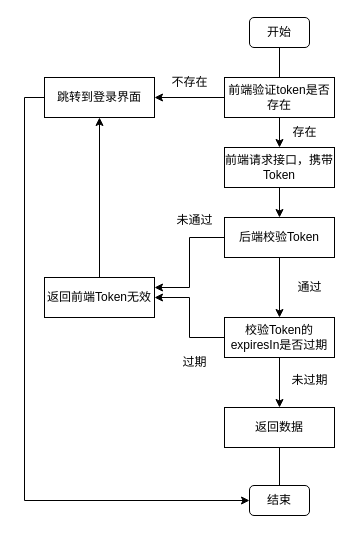
yuxinyu12345/diagrams keeps this draw.io diagram as 第四章/后续登录流程图.drawio. Above is the earlier version. Source tidied: cells renumbered, new cells numbered last; positions are measured from the earlier drawing's top-left corner, leaving out a move shared by most shapes. Both pictures are drawn from the tidied source at 100%, with x=0, y=0 at pixel (44, 17).
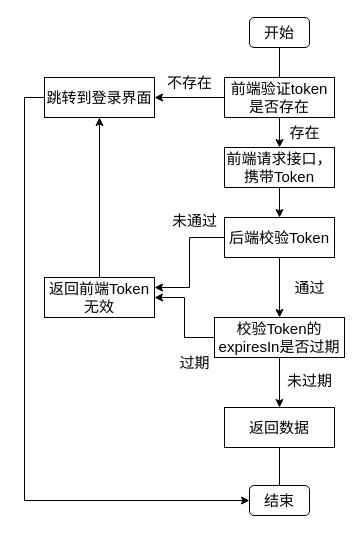
After the change.

Commit message (it also covers changes not shown here):
更新后续登录流程图.drawio

The edit, as a diff of the source:
```diff
@@
-    <mxCell id="2" style="edgeStyle=orthogonalEdgeStyle;rounded=0;jettySize=auto;html=1;exitX=0.5;exitY=1;exitDx=0;exitDy=0;endArrow=none;endFill=0;entryX=0.5;entryY=0;entryDx=0;entryDy=0;" parent="1" edge="1" source="3" target="13">
+    <mxCell id="2" style="edgeStyle=orthogonalEdgeStyle;rounded=0;jettySize=auto;html=1;exitX=0.5;exitY=1;exitDx=0;exitDy=0;endArrow=none;endFill=0;entryX=0.5;entryY=0;entryDx=0;entryDy=0;fontSize=15;" parent="1" edge="1" source="3" target="13">
       <mxGeometry relative="1" as="geometry" />
     </mxCell>
-    <mxCell id="3" value="开始" style="rounded=1;whiteSpace=wrap;html=1;" parent="1" vertex="1">
+    <mxCell id="3" value="开始" style="rounded=1;whiteSpace=wrap;html=1;fontSize=15;" parent="1" vertex="1">
       <mxGeometry x="205" width="60" height="30" as="geometry" />
     </mxCell>
-    <mxCell id="4" style="edgeStyle=orthogonalEdgeStyle;rounded=0;jettySize=auto;html=1;" parent="1" edge="1" source="5" target="8">
+    <mxCell id="4" style="edgeStyle=orthogonalEdgeStyle;rounded=0;jettySize=auto;html=1;fontSize=15;" parent="1" edge="1" source="5" target="8">
       <mxGeometry relative="1" as="geometry" />
     </mxCell>
-    <mxCell id="5" value="前端请求接口，携带Token" style="rounded=0;whiteSpace=wrap;html=1;" parent="1" vertex="1">
+    <mxCell id="5" value="前端请求接口，携带Token" style="rounded=0;whiteSpace=wrap;html=1;fontSize=15;" parent="1" vertex="1">
       <mxGeometry x="180" y="130" width="110" height="40" as="geometry" />
     </mxCell>
-    <mxCell id="6" style="edgeStyle=orthogonalEdgeStyle;rounded=0;jettySize=auto;html=1;" parent="1" edge="1" source="8" target="18">
+    <mxCell id="6" style="edgeStyle=orthogonalEdgeStyle;rounded=0;jettySize=auto;html=1;fontSize=15;" parent="1" edge="1" source="8" target="18">
       <mxGeometry relative="1" as="geometry" />
     </mxCell>
-    <mxCell id="7" style="edgeStyle=orthogonalEdgeStyle;rounded=0;jettySize=auto;html=1;exitX=0;exitY=0.5;exitDx=0;exitDy=0;entryX=1;entryY=0.25;entryDx=0;entryDy=0;" parent="1" edge="1" source="8" target="10">
+    <mxCell id="7" style="edgeStyle=orthogonalEdgeStyle;rounded=0;jettySize=auto;html=1;exitX=0;exitY=0.5;exitDx=0;exitDy=0;entryX=1;entryY=0.25;entryDx=0;entryDy=0;fontSize=15;" parent="1" edge="1" source="8" target="10">
       <mxGeometry relative="1" as="geometry" />
     </mxCell>
-    <mxCell id="8" value="后端校验Token" style="rounded=0;whiteSpace=wrap;html=1;" parent="1" vertex="1">
+    <mxCell id="8" value="后端校验Token" style="rounded=0;whiteSpace=wrap;html=1;fontSize=15;" parent="1" vertex="1">
       <mxGeometry x="180" y="200" width="110" height="40" as="geometry" />
     </mxCell>
-    <mxCell id="9" style="edgeStyle=orthogonalEdgeStyle;rounded=0;jettySize=auto;html=1;exitX=0.5;exitY=0;exitDx=0;exitDy=0;" parent="1" edge="1" source="10" target="15">
+    <mxCell id="9" style="edgeStyle=orthogonalEdgeStyle;rounded=0;jettySize=auto;html=1;exitX=0.5;exitY=0;exitDx=0;exitDy=0;fontSize=15;" parent="1" edge="1" source="10" target="15">
       <mxGeometry relative="1" as="geometry" />
     </mxCell>
-    <mxCell id="10" value="返回前端Token无效" style="rounded=0;whiteSpace=wrap;html=1;" parent="1" vertex="1">
+    <mxCell id="10" value="返回前端Token无效" style="rounded=0;whiteSpace=wrap;html=1;fontSize=15;" parent="1" vertex="1">
       <mxGeometry y="260" width="110" height="40" as="geometry" />
     </mxCell>
-    <mxCell id="11" style="edgeStyle=orthogonalEdgeStyle;rounded=0;jettySize=auto;html=1;exitX=0.5;exitY=1;exitDx=0;exitDy=0;" parent="1" edge="1" source="13" target="5">
+    <mxCell id="11" style="edgeStyle=orthogonalEdgeStyle;rounded=0;jettySize=auto;html=1;exitX=0.5;exitY=1;exitDx=0;exitDy=0;fontSize=15;" parent="1" edge="1" source="13" target="5">
       <mxGeometry relative="1" as="geometry" />
     </mxCell>
-    <mxCell id="12" style="edgeStyle=orthogonalEdgeStyle;rounded=0;jettySize=auto;html=1;" parent="1" edge="1" source="13" target="15">
+    <mxCell id="12" style="edgeStyle=orthogonalEdgeStyle;rounded=0;jettySize=auto;html=1;fontSize=15;" parent="1" edge="1" source="13" target="15">
       <mxGeometry relative="1" as="geometry" />
     </mxCell>
-    <mxCell id="13" value="前端验证token是否存在" style="rounded=0;whiteSpace=wrap;html=1;" parent="1" vertex="1">
+    <mxCell id="13" value="前端验证token是否存在" style="rounded=0;whiteSpace=wrap;html=1;fontSize=15;" parent="1" vertex="1">
       <mxGeometry x="180" y="60" width="110" height="40" as="geometry" />
     </mxCell>
-    <mxCell id="14" style="edgeStyle=orthogonalEdgeStyle;rounded=0;jettySize=auto;html=1;exitX=0;exitY=0.5;exitDx=0;exitDy=0;entryX=0;entryY=0.5;entryDx=0;entryDy=0;" parent="1" edge="1" source="15" target="21">
+    <mxCell id="14" style="edgeStyle=orthogonalEdgeStyle;rounded=0;jettySize=auto;html=1;exitX=0;exitY=0.5;exitDx=0;exitDy=0;entryX=0;entryY=0.5;entryDx=0;entryDy=0;fontSize=15;" parent="1" edge="1" source="15" target="21">
       <mxGeometry relative="1" as="geometry" />
     </mxCell>
-    <mxCell id="15" value="跳转到登录界面" style="rounded=0;whiteSpace=wrap;html=1;" parent="1" vertex="1">
+    <mxCell id="15" value="跳转到登录界面" style="rounded=0;whiteSpace=wrap;html=1;fontSize=15;" parent="1" vertex="1">
       <mxGeometry y="60" width="110" height="40" as="geometry" />
     </mxCell>
-    <mxCell id="16" style="edgeStyle=orthogonalEdgeStyle;rounded=0;jettySize=auto;html=1;exitX=0;exitY=0.5;exitDx=0;exitDy=0;entryX=1;entryY=0.5;entryDx=0;entryDy=0;" parent="1" edge="1" source="18" target="10">
+    <mxCell id="16" style="edgeStyle=orthogonalEdgeStyle;rounded=0;jettySize=auto;html=1;exitX=0;exitY=0.5;exitDx=0;exitDy=0;entryX=1;entryY=0.5;entryDx=0;entryDy=0;fontSize=15;" parent="1" edge="1" source="18" target="10">
       <mxGeometry relative="1" as="geometry" />
     </mxCell>
-    <mxCell id="17" style="edgeStyle=orthogonalEdgeStyle;rounded=0;jettySize=auto;html=1;" parent="1" edge="1" source="18" target="20">
+    <mxCell id="17" style="edgeStyle=orthogonalEdgeStyle;rounded=0;jettySize=auto;html=1;fontSize=15;" parent="1" edge="1" source="18" target="20">
       <mxGeometry relative="1" as="geometry" />
     </mxCell>
-    <mxCell id="18" value="校验Token的expiresIn是否过期" style="rounded=0;whiteSpace=wrap;html=1;" parent="1" vertex="1">
-      <mxGeometry x="180" y="300" width="110" height="40" as="geometry" />
+    <mxCell id="18" value="校验Token的expiresIn是否过期" style="rounded=0;whiteSpace=wrap;html=1;fontSize=15;" parent="1" vertex="1">
+      <mxGeometry x="170" y="300" width="130" height="40" as="geometry" />
     </mxCell>
-    <mxCell id="19" style="edgeStyle=orthogonalEdgeStyle;rounded=0;jettySize=auto;html=1;endArrow=none;endFill=0;entryX=0.5;entryY=0;entryDx=0;entryDy=0;" parent="1" edge="1" source="20" target="21">
+    <mxCell id="19" style="edgeStyle=orthogonalEdgeStyle;rounded=0;jettySize=auto;html=1;endArrow=none;endFill=0;entryX=0.5;entryY=0;entryDx=0;entryDy=0;fontSize=15;" parent="1" edge="1" source="20" target="21">
       <mxGeometry relative="1" as="geometry" />
     </mxCell>
-    <mxCell id="20" value="返回数据" style="rounded=0;whiteSpace=wrap;html=1;" parent="1" vertex="1">
+    <mxCell id="20" value="返回数据" style="rounded=0;whiteSpace=wrap;html=1;fontSize=15;" parent="1" vertex="1">
       <mxGeometry x="180" y="390" width="110" height="40" as="geometry" />
     </mxCell>
-    <mxCell id="21" value="结束" style="rounded=1;whiteSpace=wrap;html=1;" parent="1" vertex="1">
+    <mxCell id="21" value="结束" style="rounded=1;whiteSpace=wrap;html=1;fontSize=15;" parent="1" vertex="1">
       <mxGeometry x="205" y="468" width="60" height="30" as="geometry" />
     </mxCell>
-    <mxCell id="22" value="未通过" style="text;html=1;align=center;verticalAlign=middle;strokeColor=none;fillColor=none;" parent="1" vertex="1">
-      <mxGeometry x="120" y="188" width="60" height="30" as="geometry" />
+    <mxCell id="22" value="未通过" style="text;html=1;align=center;verticalAlign=middle;strokeColor=none;fillColor=none;fontSize=15;" parent="1" vertex="1">
+      <mxGeometry x="115" y="188" width="70" height="30" as="geometry" />
     </mxCell>
-    <mxCell id="23" value="通过" style="text;html=1;align=center;verticalAlign=middle;strokeColor=none;fillColor=none;" parent="1" vertex="1">
+    <mxCell id="23" value="通过" style="text;html=1;align=center;verticalAlign=middle;strokeColor=none;fillColor=none;fontSize=15;" parent="1" vertex="1">
       <mxGeometry x="240" y="255" width="50" height="30" as="geometry" />
     </mxCell>
-    <mxCell id="24" value="未过期" style="text;html=1;align=center;verticalAlign=middle;strokeColor=none;fillColor=none;" parent="1" vertex="1">
-      <mxGeometry x="235" y="348" width="60" height="30" as="geometry" />
+    <mxCell id="24" value="未过期" style="text;html=1;align=center;verticalAlign=middle;strokeColor=none;fillColor=none;fontSize=15;" parent="1" vertex="1">
+      <mxGeometry x="230" y="348" width="70" height="30" as="geometry" />
     </mxCell>
-    <mxCell id="25" value="过期" style="text;html=1;align=center;verticalAlign=middle;strokeColor=none;fillColor=none;" parent="1" vertex="1">
+    <mxCell id="25" value="过期" style="text;html=1;align=center;verticalAlign=middle;strokeColor=none;fillColor=none;fontSize=15;" parent="1" vertex="1">
       <mxGeometry x="125" y="330" width="50" height="30" as="geometry" />
     </mxCell>
-    <mxCell id="26" value="不存在" style="text;html=1;align=center;verticalAlign=middle;strokeColor=none;fillColor=none;" parent="1" vertex="1">
-      <mxGeometry x="115" y="50" width="60" height="30" as="geometry" />
+    <mxCell id="26" value="不存在" style="text;html=1;align=center;verticalAlign=middle;strokeColor=none;fillColor=none;fontSize=15;" parent="1" vertex="1">
+      <mxGeometry x="110" y="50" width="70" height="30" as="geometry" />
     </mxCell>
-    <mxCell id="27" value="存在" style="text;html=1;align=center;verticalAlign=middle;strokeColor=none;fillColor=none;" parent="1" vertex="1">
+    <mxCell id="27" value="存在" style="text;html=1;align=center;verticalAlign=middle;strokeColor=none;fillColor=none;fontSize=15;" parent="1" vertex="1">
       <mxGeometry x="235" y="100" width="50" height="30" as="geometry" />
     </mxCell>
```
